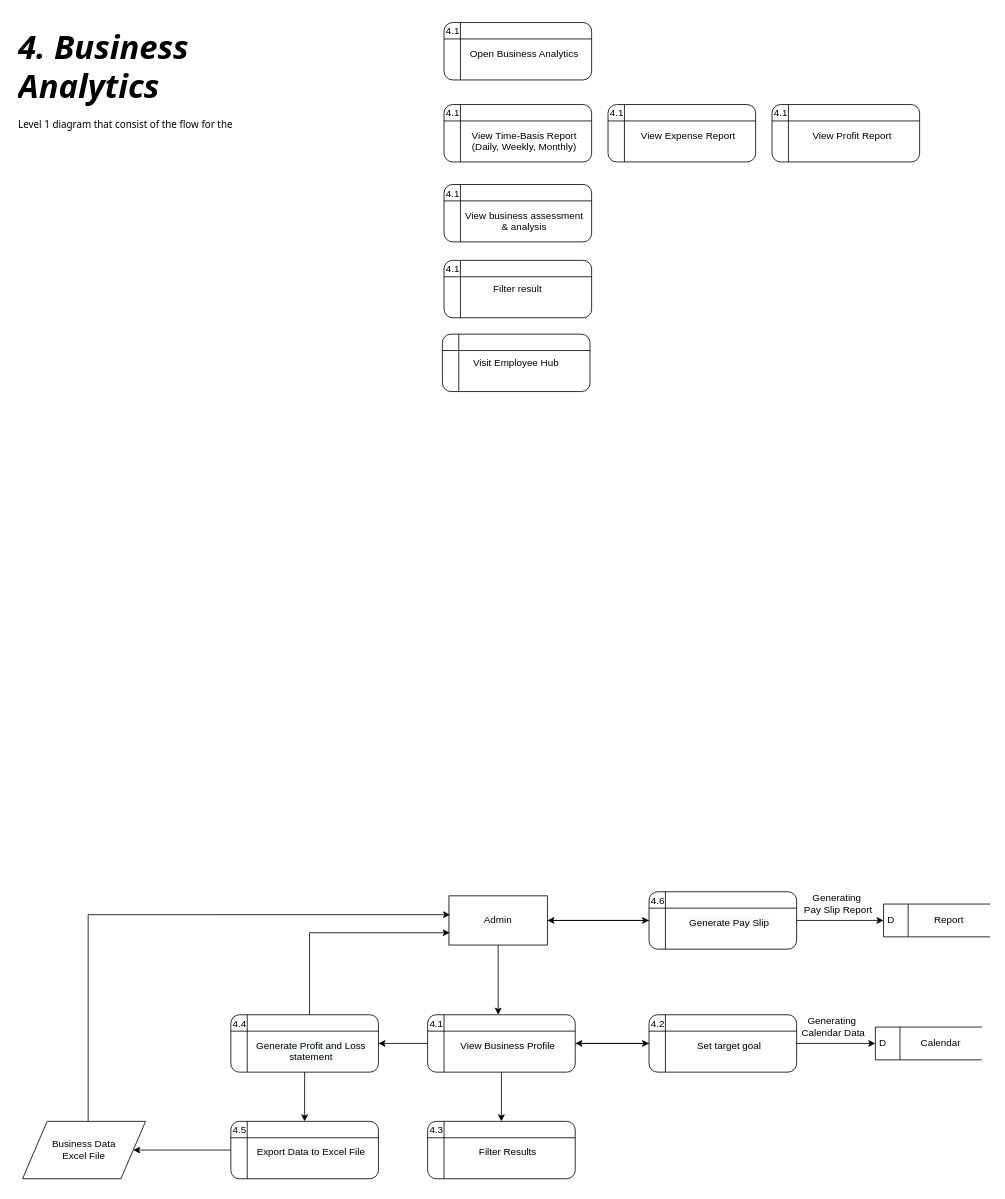
Earlier version of the draw.io diagram page "Revision Level 2 DFD (Business Analytics)" (6 of 6) of DFD DIAGRAMS.drawio (BryanFabellore/Team_SPOTLIGHT). Source tidied: cells renumbered, new cells numbered last; positions are measured from the earlier drawing's top-left corner, leaving out a move shared by most shapes. Both pictures are drawn from the tidied source at 82%, with x=0, y=0 at pixel (14, 22).
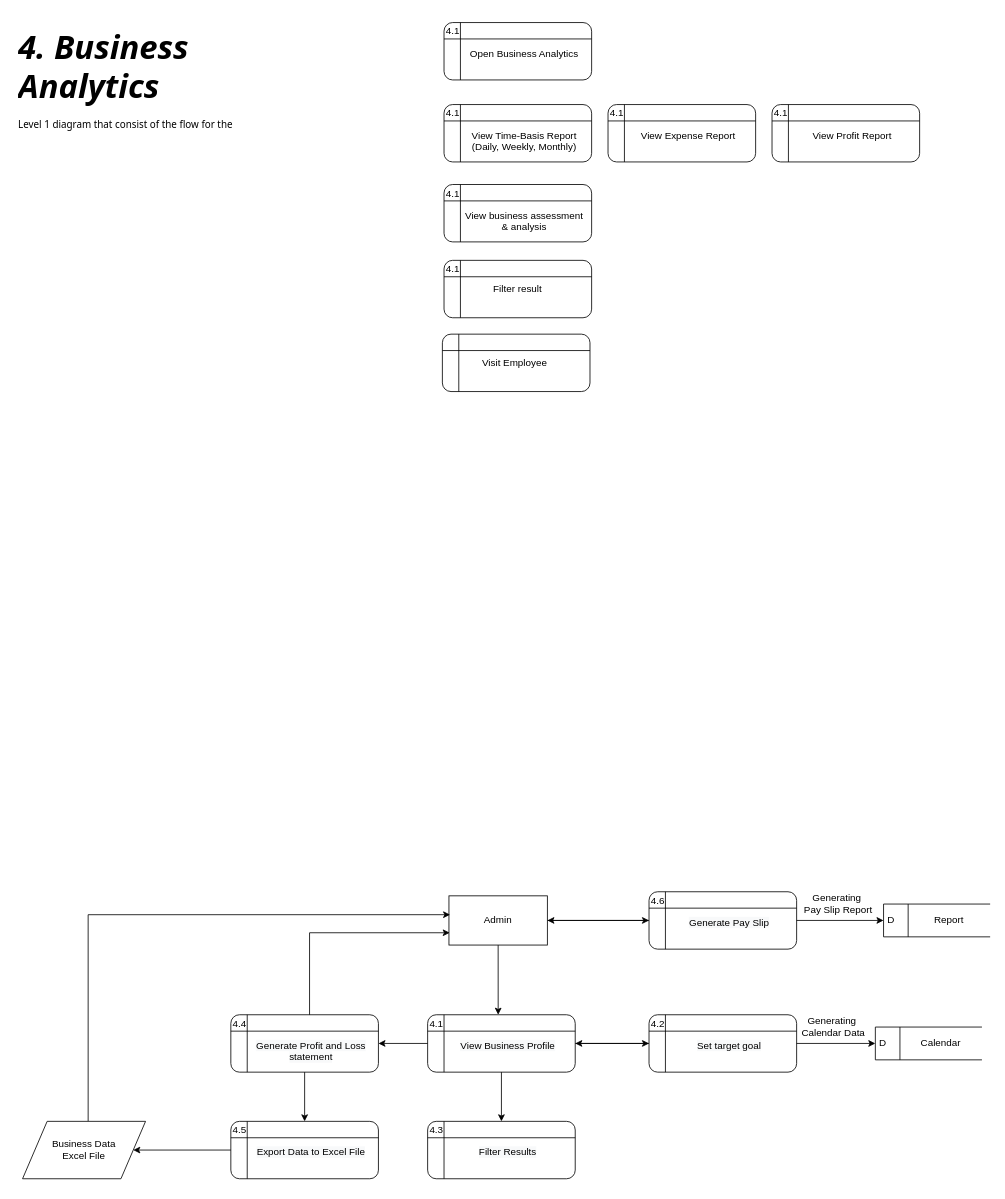
After the change.

Change to the diagram source:
```diff
@@
-    <mxCell id="85" value="Visit Employee Hub" style="shape=internalStorage;whiteSpace=wrap;html=1;backgroundOutline=1;rounded=1;strokeColor=default;fontFamily=Helvetica;fontSize=12;fontColor=default;fillColor=#FFFFFF;" parent="1" vertex="1">
+    <mxCell id="85" value="Visit Employee&amp;nbsp;" style="shape=internalStorage;whiteSpace=wrap;html=1;backgroundOutline=1;rounded=1;strokeColor=default;fontFamily=Helvetica;fontSize=12;fontColor=default;fillColor=#FFFFFF;" parent="1" vertex="1">
       <mxGeometry x="522" y="380" width="180" height="70" as="geometry" />
     </mxCell>
```
